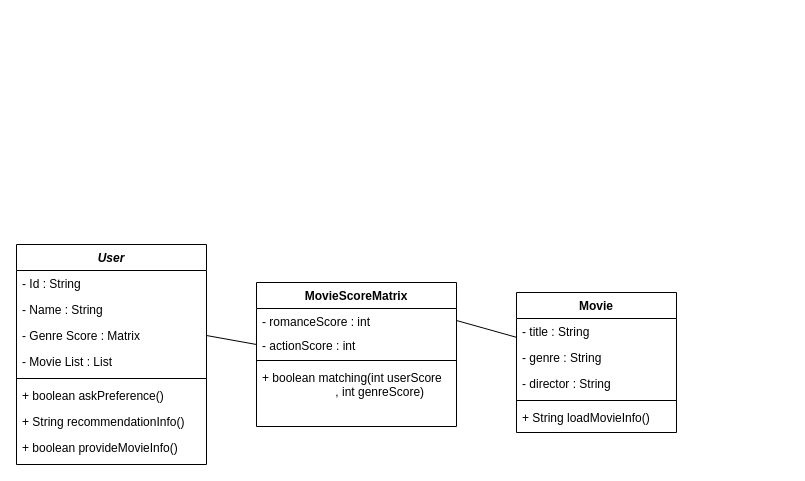
Above: UML.drawio in SoftwareEngineering-Gotcha/MovieRecommendation (draw.io), before the change. Source tidied: cells renumbered, new cells numbered last; positions are measured from the earlier drawing's top-left corner, leaving out a move shared by most shapes. Both pictures are drawn from the tidied source at 100%, with x=0, y=0 at pixel (16, 244).
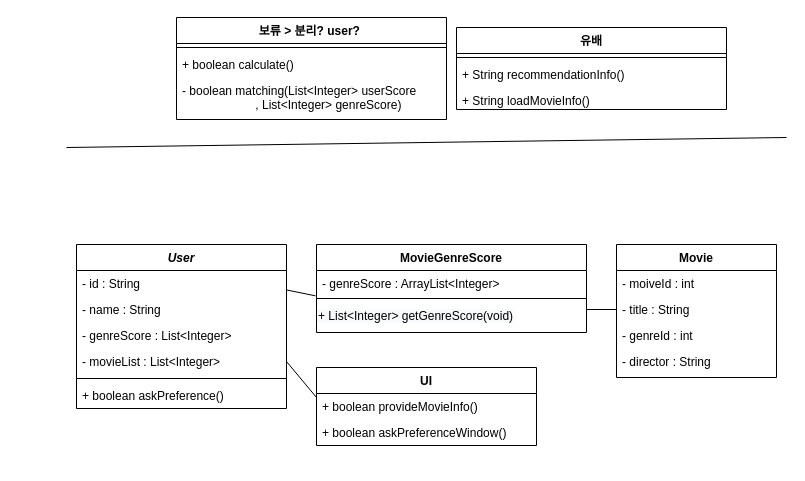
The same diagram, later.

What changed in the source:
```diff
@@
     <mxCell id="2" value="User" style="swimlane;fontStyle=3;align=center;verticalAlign=top;horizontal=1;startSize=26;rounded=0;shadow=0;strokeWidth=1;" parent="1" vertex="1">
-      <mxGeometry width="190" height="220" as="geometry" />
+      <mxGeometry x="60" width="210" height="164" as="geometry" />
     </mxCell>
-    <mxCell id="3" value="- Id : String" style="text;align=left;verticalAlign=top;spacingLeft=4;spacingRight=4;overflow=hidden;points=[[0,0.5],[1,0.5]];portConstraint=eastwest;" parent="2" vertex="1">
-      <mxGeometry y="26" width="190" height="26" as="geometry" />
+    <mxCell id="3" value="- id : String" style="text;align=left;verticalAlign=top;spacingLeft=4;spacingRight=4;overflow=hidden;points=[[0,0.5],[1,0.5]];portConstraint=eastwest;" parent="2" vertex="1">
+      <mxGeometry y="26" width="210" height="26" as="geometry" />
     </mxCell>
-    <mxCell id="4" value="- Name : String" style="text;align=left;verticalAlign=top;spacingLeft=4;spacingRight=4;overflow=hidden;rounded=0;shadow=0;html=0;" parent="2" vertex="1">
-      <mxGeometry y="52" width="190" height="26" as="geometry" />
+    <mxCell id="4" value="- name : String" style="text;align=left;verticalAlign=top;spacingLeft=4;spacingRight=4;overflow=hidden;rounded=0;shadow=0;html=0;" parent="2" vertex="1">
+      <mxGeometry y="52" width="210" height="26" as="geometry" />
     </mxCell>
-    <mxCell id="5" value="- Genre Score : Matrix" style="text;align=left;verticalAlign=top;spacingLeft=4;spacingRight=4;overflow=hidden;points=[[0,0.5],[1,0.5]];portConstraint=eastwest;rounded=0;shadow=0;html=0;" parent="2" vertex="1">
-      <mxGeometry y="78" width="190" height="26" as="geometry" />
+    <mxCell id="5" value="- genreScore : List&lt;Integer&gt;" style="text;align=left;verticalAlign=top;spacingLeft=4;spacingRight=4;overflow=hidden;points=[[0,0.5],[1,0.5]];portConstraint=eastwest;rounded=0;shadow=0;html=0;" parent="2" vertex="1">
+      <mxGeometry y="78" width="210" height="26" as="geometry" />
     </mxCell>
-    <mxCell id="6" value="- Movie List : List" style="text;align=left;verticalAlign=top;spacingLeft=4;spacingRight=4;overflow=hidden;points=[[0,0.5],[1,0.5]];portConstraint=eastwest;rounded=0;shadow=0;html=0;" parent="2" vertex="1">
-      <mxGeometry y="104" width="190" height="26" as="geometry" />
+    <mxCell id="6" value="- movieList : List&lt;Integer&gt;" style="text;align=left;verticalAlign=top;spacingLeft=4;spacingRight=4;overflow=hidden;points=[[0,0.5],[1,0.5]];portConstraint=eastwest;rounded=0;shadow=0;html=0;" parent="2" vertex="1">
+      <mxGeometry y="104" width="210" height="26" as="geometry" />
     </mxCell>
     <mxCell id="7" style="line;html=1;strokeWidth=1;align=left;verticalAlign=middle;spacingTop=-1;spacingLeft=3;spacingRight=3;labelPosition=right;" parent="2" vertex="1">
-      <mxGeometry y="130" width="190" height="8" as="geometry" />
+      <mxGeometry y="130" width="210" height="8" as="geometry" />
     </mxCell>
     <mxCell id="8" value="+ boolean askPreference()" style="text;align=left;verticalAlign=top;spacingLeft=4;spacingRight=4;overflow=hidden;" parent="2" vertex="1">
-      <mxGeometry y="138" width="190" height="26" as="geometry" />
+      <mxGeometry y="138" width="210" height="26" as="geometry" />
     </mxCell>
-    <mxCell id="9" value="+ String recommendationInfo()" style="text;strokeColor=none;fillColor=none;align=left;verticalAlign=top;spacingLeft=4;spacingRight=4;overflow=hidden;" parent="2" vertex="1">
-      <mxGeometry y="164" width="190" height="26" as="geometry" />
-    </mxCell>
-    <mxCell id="10" value="+ boolean provideMovieInfo()" style="text;align=left;verticalAlign=top;spacingLeft=4;spacingRight=4;overflow=hidden;points=[[0,0.5],[1,0.5]];portConstraint=eastwest;" parent="2" vertex="1">
-      <mxGeometry y="190" width="190" height="26" as="geometry" />
-    </mxCell>
     <mxCell id="11" value="Movie" style="swimlane;fontStyle=1;align=center;verticalAlign=top;horizontal=1;startSize=26;rounded=0;shadow=0;strokeWidth=1;" parent="1" vertex="1">
-      <mxGeometry x="500" y="48" width="160" height="140" as="geometry" />
+      <mxGeometry x="600" width="160" height="133" as="geometry" />
     </mxCell>
+    <mxCell id="24" value="- moiveId : int&#10;" style="text;align=left;verticalAlign=top;spacingLeft=4;spacingRight=4;overflow=hidden;rounded=0;shadow=0;html=0;" parent="11" vertex="1">
+      <mxGeometry y="26" width="160" height="26" as="geometry" />
+    </mxCell>
     <mxCell id="12" value="- title : String" style="text;align=left;verticalAlign=top;spacingLeft=4;spacingRight=4;overflow=hidden;points=[[0,0.5],[1,0.5]];portConstraint=eastwest;" parent="11" vertex="1">
-      <mxGeometry y="26" width="160" height="26" as="geometry" />
+      <mxGeometry y="52" width="160" height="26" as="geometry" />
     </mxCell>
-    <mxCell id="13" value="- genre : String &#10;" style="text;align=left;verticalAlign=top;spacingLeft=4;spacingRight=4;overflow=hidden;rounded=0;shadow=0;html=0;" parent="11" vertex="1">
-      <mxGeometry y="52" width="160" height="26" as="geometry" />
+    <mxCell id="13" value="- genreId : int &#10;" style="text;align=left;verticalAlign=top;spacingLeft=4;spacingRight=4;overflow=hidden;rounded=0;shadow=0;html=0;" parent="11" vertex="1">
+      <mxGeometry y="78" width="160" height="26" as="geometry" />
     </mxCell>
     <mxCell id="14" value="- director : String &#10;" style="text;align=left;verticalAlign=top;spacingLeft=4;spacingRight=4;overflow=hidden;rounded=0;shadow=0;html=0;" parent="11" vertex="1">
-      <mxGeometry y="78" width="160" height="26" as="geometry" />
+      <mxGeometry y="104" width="160" height="26" as="geometry" />
     </mxCell>
-    <mxCell id="15" style="line;html=1;strokeWidth=1;align=left;verticalAlign=middle;spacingTop=-1;spacingLeft=3;spacingRight=3;labelPosition=right;" parent="11" vertex="1">
-      <mxGeometry y="104" width="160" height="8" as="geometry" />
-    </mxCell>
-    <mxCell id="16" value="+ String loadMovieInfo()" style="text;align=left;verticalAlign=top;spacingLeft=4;spacingRight=4;overflow=hidden;" parent="11" vertex="1">
-      <mxGeometry y="112" width="160" height="26" as="geometry" />
-    </mxCell>
-    <mxCell id="17" value="MovieScoreMatrix" style="swimlane;fontStyle=1;align=center;verticalAlign=top;horizontal=1;startSize=26;" parent="1" vertex="1">
-      <mxGeometry x="240" y="38" width="200" height="144" as="geometry" />
+    <mxCell id="17" value="MovieGenreScore" style="swimlane;fontStyle=1;align=center;verticalAlign=top;horizontal=1;startSize=26;" parent="1" vertex="1">
+      <mxGeometry x="300" width="270" height="88" as="geometry" />
     </mxCell>
-    <mxCell id="18" value="- romanceScore : int" style="text;strokeColor=none;fillColor=none;align=left;verticalAlign=top;spacingLeft=4;spacingRight=4;overflow=hidden;points=[[0,0.5],[1,0.5]];portConstraint=eastwest;" parent="17" vertex="1">
-      <mxGeometry y="26" width="200" height="24" as="geometry" />
+    <mxCell id="18" value="- genreScore : ArrayList&lt;Integer&gt;" style="text;strokeColor=none;fillColor=none;align=left;verticalAlign=top;spacingLeft=4;spacingRight=4;overflow=hidden;points=[[0,0.5],[1,0.5]];portConstraint=eastwest;" parent="17" vertex="1">
+      <mxGeometry y="26" width="270" height="24" as="geometry" />
     </mxCell>
-    <mxCell id="19" value="- actionScore : int" style="text;strokeColor=none;fillColor=none;align=left;verticalAlign=top;spacingLeft=4;spacingRight=4;overflow=hidden;points=[[0,0.5],[1,0.5]];portConstraint=eastwest;" parent="17" vertex="1">
-      <mxGeometry y="50" width="200" height="24" as="geometry" />
-    </mxCell>
     <mxCell id="20" style="line;strokeWidth=1;fillColor=none;align=left;verticalAlign=middle;spacingTop=-1;spacingLeft=3;spacingRight=3;labelPosition=right;" parent="17" vertex="1">
-      <mxGeometry y="74" width="200" height="8" as="geometry" />
+      <mxGeometry y="50" width="270" height="8" as="geometry" />
     </mxCell>
+    <mxCell id="25" value="&lt;span style=&quot;color: rgb(0, 0, 0); font-family: helvetica; font-size: 12px; font-style: normal; font-weight: 400; letter-spacing: normal; text-align: left; text-indent: 0px; text-transform: none; word-spacing: 0px; background-color: rgb(248, 249, 250); display: inline; float: none;&quot;&gt;+ List&amp;lt;Integer&amp;gt; getGenreScore(void)&lt;/span&gt;" style="text;whiteSpace=wrap;html=1;" parent="17" vertex="1">
+      <mxGeometry y="58" width="270" height="30" as="geometry" />
+    </mxCell>
+    <mxCell id="26" value="유배" style="swimlane;fontStyle=1;align=center;verticalAlign=top;horizontal=1;startSize=26;" parent="1" vertex="1">
+      <mxGeometry x="440" y="-217" width="270" height="82" as="geometry" />
+    </mxCell>
+    <mxCell id="27" style="line;strokeWidth=1;fillColor=none;align=left;verticalAlign=middle;spacingTop=-1;spacingLeft=3;spacingRight=3;labelPosition=right;" parent="26" vertex="1">
+      <mxGeometry y="26" width="270" height="8" as="geometry" />
+    </mxCell>
+    <mxCell id="9" value="+ String recommendationInfo()" style="text;strokeColor=none;fillColor=none;align=left;verticalAlign=top;spacingLeft=4;spacingRight=4;overflow=hidden;" parent="26" vertex="1">
+      <mxGeometry y="34" width="270" height="26" as="geometry" />
+    </mxCell>
+    <mxCell id="16" value="+ String loadMovieInfo()" style="text;align=left;verticalAlign=top;spacingLeft=4;spacingRight=4;overflow=hidden;" parent="26" vertex="1">
+      <mxGeometry y="60" width="270" height="22" as="geometry" />
+    </mxCell>
+    <mxCell id="28" style="endArrow=none;html=1;exitX=0;exitY=0.5;exitDx=0;exitDy=0;" parent="1" edge="1" source="12">
+      <mxGeometry relative="1" as="geometry">
+        <mxPoint x="570" y="65" as="targetPoint" />
+      </mxGeometry>
+    </mxCell>
+    <mxCell id="22" style="endArrow=none;html=1;exitX=-0.004;exitY=1.056;exitDx=0;exitDy=0;entryX=1.002;entryY=0.75;entryDx=0;entryDy=0;entryPerimeter=0;exitPerimeter=0;" parent="1" edge="1" source="18" target="3">
+      <mxGeometry relative="1" as="geometry" />
+    </mxCell>
+    <mxCell id="29" value="보류 &gt; 분리? user? " style="swimlane;fontStyle=1;align=center;verticalAlign=top;horizontal=1;startSize=26;" parent="1" vertex="1">
+      <mxGeometry x="160" y="-227" width="270" height="102" as="geometry" />
+    </mxCell>
+    <mxCell id="30" style="line;strokeWidth=1;fillColor=none;align=left;verticalAlign=middle;spacingTop=-1;spacingLeft=3;spacingRight=3;labelPosition=right;" parent="29" vertex="1">
+      <mxGeometry y="26" width="270" height="8" as="geometry" />
+    </mxCell>
+    <mxCell id="31" value="+ boolean calculate()" style="text;align=left;verticalAlign=top;spacingLeft=4;spacingRight=4;overflow=hidden;" parent="29" vertex="1">
+      <mxGeometry y="34" width="270" height="26" as="geometry" />
+    </mxCell>
-    <mxCell id="21" value="+ boolean matching(int userScore&#10;                      , int genreScore)" style="text;strokeColor=none;fillColor=none;align=left;verticalAlign=top;spacingLeft=4;spacingRight=4;overflow=hidden;" parent="17" vertex="1">
-      <mxGeometry y="82" width="200" height="62" as="geometry" />
+    <mxCell id="21" value="- boolean matching(List&lt;Integer&gt; userScore&#10;                      , List&lt;Integer&gt; genreScore)&#10;" style="text;strokeColor=none;fillColor=none;align=left;verticalAlign=top;spacingLeft=4;spacingRight=4;overflow=hidden;" parent="29" vertex="1">
+      <mxGeometry y="60" width="270" height="42" as="geometry" />
     </mxCell>
-    <mxCell id="22" style="endArrow=none;html=1;exitX=1;exitY=0.5;exitDx=0;exitDy=0;entryX=0;entryY=0.5;entryDx=0;entryDy=0;" parent="1" edge="1" source="5" target="19">
-      <mxGeometry relative="1" as="geometry" />
-    </mxCell>
-    <mxCell id="23" style="endArrow=none;html=1;entryX=0;entryY=0.724;entryDx=0;entryDy=0;exitX=1;exitY=0.5;exitDx=0;exitDy=0;entryPerimeter=0;" parent="1" edge="1" source="18" target="12">
-      <mxGeometry relative="1" as="geometry" />
-    </mxCell>
+    <mxCell id="32" value="UI" style="swimlane;fontStyle=1;align=center;verticalAlign=top;horizontal=1;startSize=26;" parent="1" vertex="1">
+      <mxGeometry x="300" y="123" width="220" height="78" as="geometry" />
+    </mxCell>
+    <mxCell id="10" value="+ boolean provideMovieInfo()&#10;" style="text;align=left;verticalAlign=top;spacingLeft=4;spacingRight=4;overflow=hidden;points=[[0,0.5],[1,0.5]];portConstraint=eastwest;" parent="32" vertex="1">
+      <mxGeometry y="26" width="220" height="26" as="geometry" />
+    </mxCell>
+    <mxCell id="33" value="+ boolean askPreferenceWindow()&#10;" style="text;align=left;verticalAlign=top;spacingLeft=4;spacingRight=4;overflow=hidden;" parent="32" vertex="1">
+      <mxGeometry y="52" width="220" height="26" as="geometry" />
+    </mxCell>
+    <mxCell id="34" style="endArrow=none;html=1;" parent="1" edge="1">
+      <mxGeometry relative="1" as="geometry">
+        <mxPoint x="50" y="-97" as="sourcePoint" />
+        <mxPoint x="770" y="-107" as="targetPoint" />
+      </mxGeometry>
+    </mxCell>
+    <mxCell id="35" style="endArrow=none;html=1;entryX=1;entryY=0.5;entryDx=0;entryDy=0;exitX=0;exitY=0.154;exitDx=0;exitDy=0;exitPerimeter=0;" parent="1" edge="1" source="10" target="6">
+      <mxGeometry relative="1" as="geometry" />
+    </mxCell>
```
